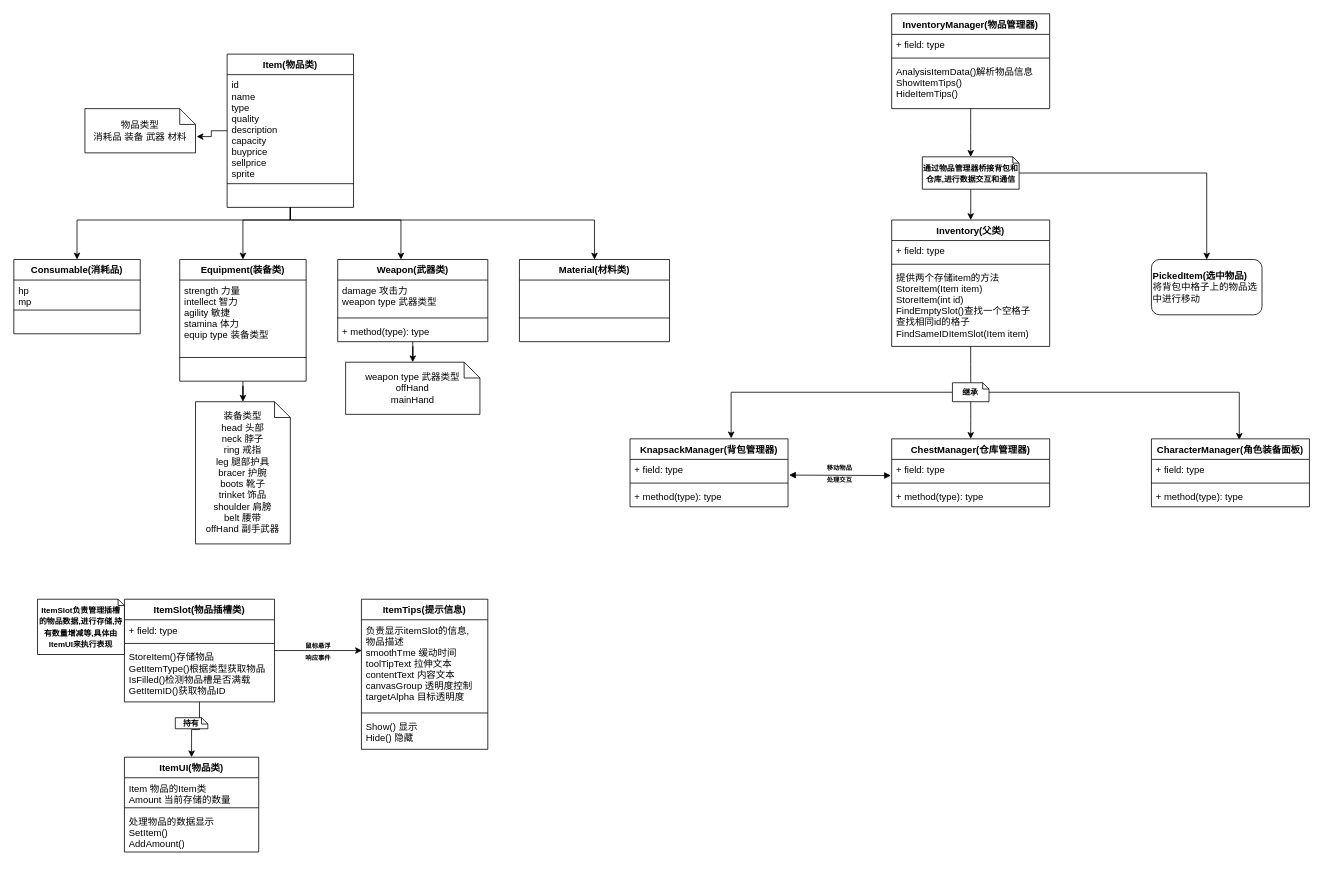
Above: InventorySystem.drawio in KIPKIPS/InventorySystem (draw.io), before the change. Source tidied: cells renumbered, new cells numbered last; positions are measured from the earlier drawing's top-left corner, leaving out a move shared by most shapes. Both pictures are drawn from the tidied source at 79%, with x=0, y=0 at pixel (13, 13).
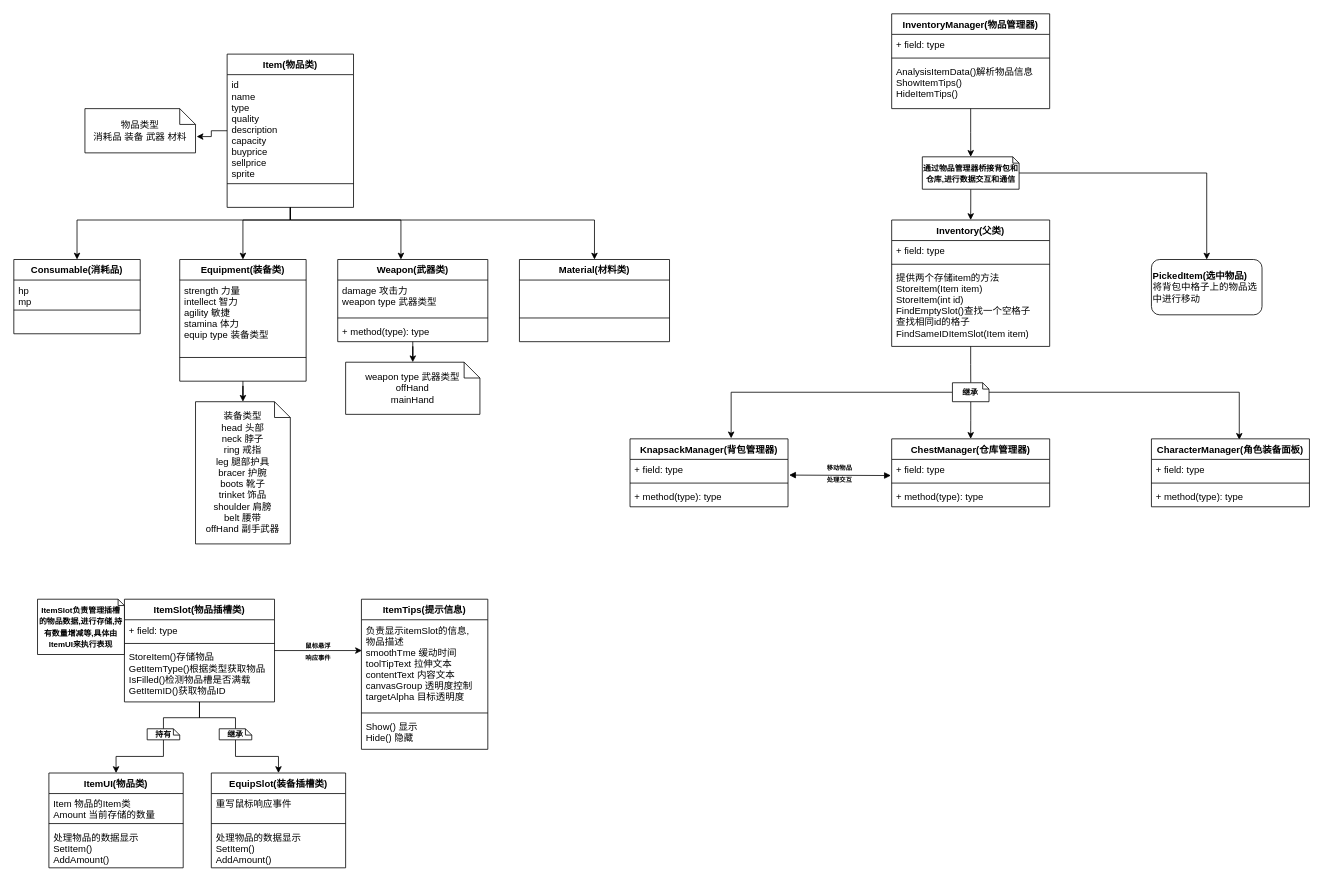
The same page after the edit.

The change refers to these unchanged cells:
```xml
<mxCell id="61" value="ItemSlot(物品插槽类)" style="swimlane;fontStyle=1;align=center;verticalAlign=top;horizontal=1;startSize=26;" parent="1" vertex="1">
  <mxGeometry x="140" y="741" width="190" height="130" as="geometry" />
</mxCell>
```

The edit, as a diff of the source:
```diff
@@
-    <mxCell id="59" style="edgeStyle=orthogonalEdgeStyle;rounded=0;jettySize=auto;html=1;" parent="1" edge="1" source="61" target="65">
-      <mxGeometry relative="1" as="geometry" />
-    </mxCell>
@@
+    <mxCell id="81" style="edgeStyle=orthogonalEdgeStyle;rounded=0;jettySize=auto;html=1;entryX=0.5;entryY=0;entryDx=0;entryDy=0;entryPerimeter=0;endArrow=none;endFill=0;" parent="1" edge="1" source="61" target="69">
+      <mxGeometry relative="1" as="geometry" />
+    </mxCell>
+    <mxCell id="82" style="edgeStyle=orthogonalEdgeStyle;rounded=0;jettySize=auto;html=1;endArrow=none;endFill=0;" parent="1" edge="1" source="61" target="89">
+      <mxGeometry relative="1" as="geometry" />
+    </mxCell>
@@
     <mxCell id="65" value="ItemUI(物品类)" style="swimlane;fontStyle=1;align=center;verticalAlign=top;horizontal=1;startSize=26;" parent="1" vertex="1">
-      <mxGeometry x="140" y="941" width="170" height="120" as="geometry" />
+      <mxGeometry x="44.4" y="961" width="170" height="120" as="geometry" />
     </mxCell>
@@
+    <mxCell id="83" style="edgeStyle=orthogonalEdgeStyle;rounded=0;jettySize=auto;html=1;entryX=0.5;entryY=0;entryDx=0;entryDy=0;endArrow=classic;endFill=1;" parent="1" edge="1" source="69" target="65">
+      <mxGeometry relative="1" as="geometry" />
+    </mxCell>
     <mxCell id="69" value="&lt;span style=&quot;font-size: 10px&quot;&gt;&lt;b&gt;持有&lt;/b&gt;&lt;/span&gt;" style="shape=note;size=8;whiteSpace=wrap;html=1;" parent="1" vertex="1">
-      <mxGeometry x="204.4" y="891" width="41.2" height="14" as="geometry" />
+      <mxGeometry x="168.8" y="905" width="41.2" height="14" as="geometry" />
     </mxCell>
@@
+    <mxCell id="84" value="EquipSlot(装备插槽类)" style="swimlane;fontStyle=1;align=center;verticalAlign=top;horizontal=1;startSize=26;" parent="1" vertex="1">
+      <mxGeometry x="250" y="961" width="170" height="120" as="geometry" />
+    </mxCell>
+    <mxCell id="85" value="重写鼠标响应事件" style="text;strokeColor=none;fillColor=none;align=left;verticalAlign=top;spacingLeft=4;spacingRight=4;overflow=hidden;" parent="84" vertex="1">
+      <mxGeometry y="26" width="170" height="34" as="geometry" />
+    </mxCell>
+    <mxCell id="86" style="line;strokeWidth=1;fillColor=none;align=left;verticalAlign=middle;spacingTop=-1;spacingLeft=3;spacingRight=3;labelPosition=right;" parent="84" vertex="1">
+      <mxGeometry y="60" width="170" height="8" as="geometry" />
+    </mxCell>
+    <mxCell id="87" value="处理物品的数据显示&#10;SetItem()&#10;AddAmount()" style="text;strokeColor=none;fillColor=none;align=left;verticalAlign=top;spacingLeft=4;spacingRight=4;overflow=hidden;" parent="84" vertex="1">
+      <mxGeometry y="68" width="170" height="52" as="geometry" />
+    </mxCell>
+    <mxCell id="88" style="edgeStyle=orthogonalEdgeStyle;rounded=0;jettySize=auto;html=1;entryX=0.5;entryY=0;entryDx=0;entryDy=0;endArrow=classic;endFill=1;" parent="1" edge="1" source="89" target="84">
+      <mxGeometry relative="1" as="geometry" />
+    </mxCell>
+    <mxCell id="89" value="&lt;span style=&quot;font-size: 10px&quot;&gt;&lt;b&gt;继承&lt;/b&gt;&lt;/span&gt;" style="shape=note;size=8;whiteSpace=wrap;html=1;" parent="1" vertex="1">
+      <mxGeometry x="260" y="905" width="41.2" height="14" as="geometry" />
+    </mxCell>
```
